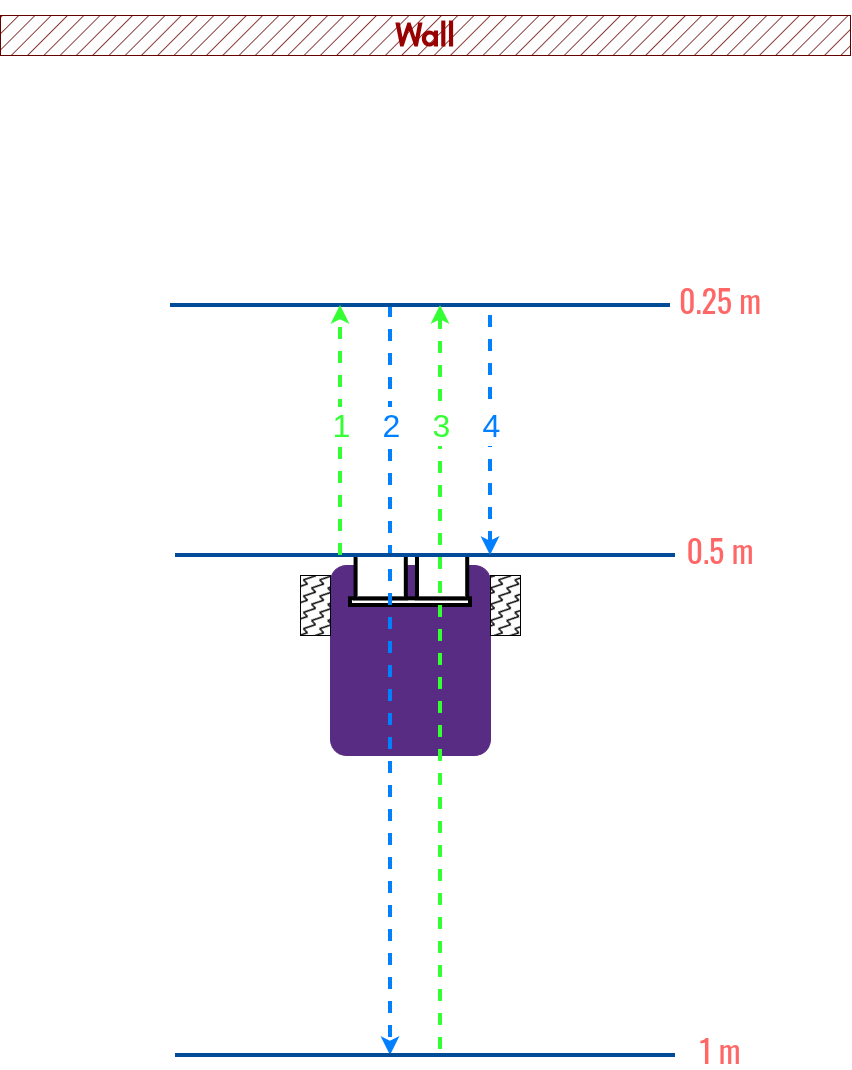
linzhangUCA/3421tpl-sense_distance keeps this draw.io diagram as assets/images/wall_sensing.png. Above is the earlier version. Source tidied: cells renumbered, new cells last; positions are measured from the earlier drawing's top-left corner, leaving out a move shared by most shapes. The source it was exported from:
```xml
<mxGraphModel>
  <root>
    <mxCell id="0" />
    <mxCell id="1" parent="0" />
    <mxCell id="2" style="group;" parent="1" vertex="1">
      <mxGeometry x="300" y="540" width="220" height="200" as="geometry" />
    </mxCell>
    <mxCell id="3" style="rounded=1;whiteSpace=wrap;html=1;roundedPerimeter=1;strokeColor=#582C83;fillColor=#582C83;arcSize=10;" parent="2" vertex="1">
      <mxGeometry x="30" y="10" width="160" height="190" as="geometry" />
    </mxCell>
    <mxCell id="4" style="rounded=0;whiteSpace=wrap;html=1;gradientColor=none;fillStyle=zigzag-line;fillColor=#000000;" parent="2" vertex="1">
      <mxGeometry x="190" y="20" width="30" height="60" as="geometry" />
    </mxCell>
    <mxCell id="5" style="rounded=0;whiteSpace=wrap;html=1;gradientColor=none;fillStyle=zigzag-line;fillColor=#000000;" parent="2" vertex="1">
      <mxGeometry y="20" width="30" height="60" as="geometry" />
    </mxCell>
    <mxCell id="6" style="group;" parent="2" vertex="1">
      <mxGeometry x="50" width="120" height="50" as="geometry" />
    </mxCell>
    <mxCell id="7" style="rounded=0;whiteSpace=wrap;html=1;strokeWidth=4;" parent="6" vertex="1">
      <mxGeometry y="43.3" width="120" height="6.7" as="geometry" />
    </mxCell>
    <mxCell id="8" style="rounded=0;whiteSpace=wrap;html=1;strokeWidth=4;" parent="6" vertex="1">
      <mxGeometry x="5.6" width="50.2" height="43.3" as="geometry" />
    </mxCell>
    <mxCell id="9" style="rounded=0;whiteSpace=wrap;html=1;strokeWidth=4;" parent="6" vertex="1">
      <mxGeometry x="67" width="50.2" height="43.3" as="geometry" />
    </mxCell>
    <mxCell id="10" style="endArrow=classic;html=1;rounded=0;strokeWidth=4;strokeColor=#007FFF;dashed=1;" parent="1" edge="1">
      <mxGeometry relative="1" as="geometry">
        <mxPoint x="390" y="290" as="sourcePoint" />
        <mxPoint x="390" y="1040" as="targetPoint" />
      </mxGeometry>
    </mxCell>
    <mxCell id="11" value="&lt;font style=&quot;font-size: 32px;&quot;&gt;2&lt;/font&gt;" style="edgeLabel;html=1;align=center;verticalAlign=middle;strokeColor=#007FFF;fontColor=#007FFF;" parent="10" vertex="1">
      <mxGeometry x="0.1" relative="1" as="geometry">
        <mxPoint y="-291" as="offset" />
      </mxGeometry>
    </mxCell>
    <mxCell id="12" value="&lt;h1&gt;&lt;font color=&quot;#990000&quot; face=&quot;Teachers&quot; style=&quot;font-size: 32px;&quot;&gt;Wall&lt;/font&gt;&lt;/h1&gt;" style="rounded=0;whiteSpace=wrap;html=1;fillColor=#660000;fillStyle=hatch;strokeColor=#660000;" parent="1" vertex="1">
      <mxGeometry width="850" height="40" as="geometry" />
    </mxCell>
    <mxCell id="13" style="endArrow=none;html=1;rounded=0;strokeWidth=4;strokeColor=#004C99;" parent="1" edge="1">
      <mxGeometry relative="1" as="geometry">
        <mxPoint x="175" y="540" as="sourcePoint" />
        <mxPoint x="675" y="540" as="targetPoint" />
      </mxGeometry>
    </mxCell>
    <mxCell id="14" value="&lt;font style=&quot;font-size: 32px;&quot;&gt;0.5 m&lt;/font&gt;" style="text;html=1;align=center;verticalAlign=middle;whiteSpace=wrap;rounded=0;fontSize=32;fontFamily=Oswald;fontSource=https%3A%2F%2Ffonts.googleapis.com%2Fcss%3Ffamily%3DOswald;fontColor=#FF6666;" parent="1" vertex="1">
      <mxGeometry x="670" y="520" width="100" height="30" as="geometry" />
    </mxCell>
    <mxCell id="15" style="endArrow=none;html=1;rounded=0;strokeWidth=4;strokeColor=#004C99;" parent="1" edge="1">
      <mxGeometry relative="1" as="geometry">
        <mxPoint x="175" y="1040" as="sourcePoint" />
        <mxPoint x="675" y="1040" as="targetPoint" />
      </mxGeometry>
    </mxCell>
    <mxCell id="16" value="&lt;font style=&quot;font-size: 32px;&quot;&gt;1 m&lt;/font&gt;" style="text;html=1;align=center;verticalAlign=middle;whiteSpace=wrap;rounded=0;fontSize=32;fontFamily=Oswald;fontSource=https%3A%2F%2Ffonts.googleapis.com%2Fcss%3Ffamily%3DOswald;fontColor=#FF6666;" parent="1" vertex="1">
      <mxGeometry x="670" y="1020" width="100" height="30" as="geometry" />
    </mxCell>
    <mxCell id="17" style="endArrow=none;html=1;rounded=0;strokeWidth=4;strokeColor=#004C99;" parent="1" edge="1">
      <mxGeometry relative="1" as="geometry">
        <mxPoint x="170" y="290" as="sourcePoint" />
        <mxPoint x="670" y="290" as="targetPoint" />
      </mxGeometry>
    </mxCell>
    <mxCell id="18" value="&lt;font style=&quot;font-size: 32px;&quot;&gt;0.25 m&lt;/font&gt;" style="text;html=1;align=center;verticalAlign=middle;whiteSpace=wrap;rounded=0;fontSize=32;fontFamily=Oswald;fontSource=https%3A%2F%2Ffonts.googleapis.com%2Fcss%3Ffamily%3DOswald;fontColor=#FF6666;" parent="1" vertex="1">
      <mxGeometry x="670" y="270" width="100" height="30" as="geometry" />
    </mxCell>
    <mxCell id="19" style="endArrow=classic;html=1;rounded=0;strokeWidth=4;strokeColor=#33FF33;dashed=1;" parent="1" edge="1">
      <mxGeometry relative="1" as="geometry">
        <mxPoint x="340" y="540" as="sourcePoint" />
        <mxPoint x="340" y="290" as="targetPoint" />
      </mxGeometry>
    </mxCell>
    <mxCell id="20" value="&lt;font style=&quot;font-size: 32px;&quot;&gt;1&lt;/font&gt;" style="edgeLabel;html=1;align=center;verticalAlign=middle;fontColor=#33FF33;" parent="19" vertex="1">
      <mxGeometry x="0.1" relative="1" as="geometry">
        <mxPoint y="7" as="offset" />
      </mxGeometry>
    </mxCell>
    <mxCell id="21" style="endArrow=none;html=1;rounded=0;strokeWidth=4;strokeColor=#007FFF;dashed=1;endFill=0;startArrow=classic;startFill=1;" parent="1" edge="1">
      <mxGeometry relative="1" as="geometry">
        <mxPoint x="490" y="540" as="sourcePoint" />
        <mxPoint x="490" y="290" as="targetPoint" />
      </mxGeometry>
    </mxCell>
    <mxCell id="22" value="&lt;font style=&quot;font-size: 32px;&quot;&gt;4&lt;/font&gt;" style="edgeLabel;html=1;align=center;verticalAlign=middle;fontColor=#007FFF;" parent="21" vertex="1">
      <mxGeometry x="0.1" relative="1" as="geometry">
        <mxPoint y="7" as="offset" />
      </mxGeometry>
    </mxCell>
    <mxCell id="23" style="endArrow=none;html=1;rounded=0;strokeWidth=4;strokeColor=#33FF33;dashed=1;startArrow=classic;startFill=1;endFill=0;" parent="1" edge="1">
      <mxGeometry relative="1" as="geometry">
        <mxPoint x="440" y="290" as="sourcePoint" />
        <mxPoint x="440" y="1040" as="targetPoint" />
      </mxGeometry>
    </mxCell>
    <mxCell id="24" value="&lt;font style=&quot;font-size: 32px;&quot;&gt;3&lt;/font&gt;" style="edgeLabel;html=1;align=center;verticalAlign=middle;fontColor=#33FF33;" parent="23" vertex="1">
      <mxGeometry x="0.1" relative="1" as="geometry">
        <mxPoint y="-291" as="offset" />
      </mxGeometry>
    </mxCell>
  </root>
</mxGraphModel>
```
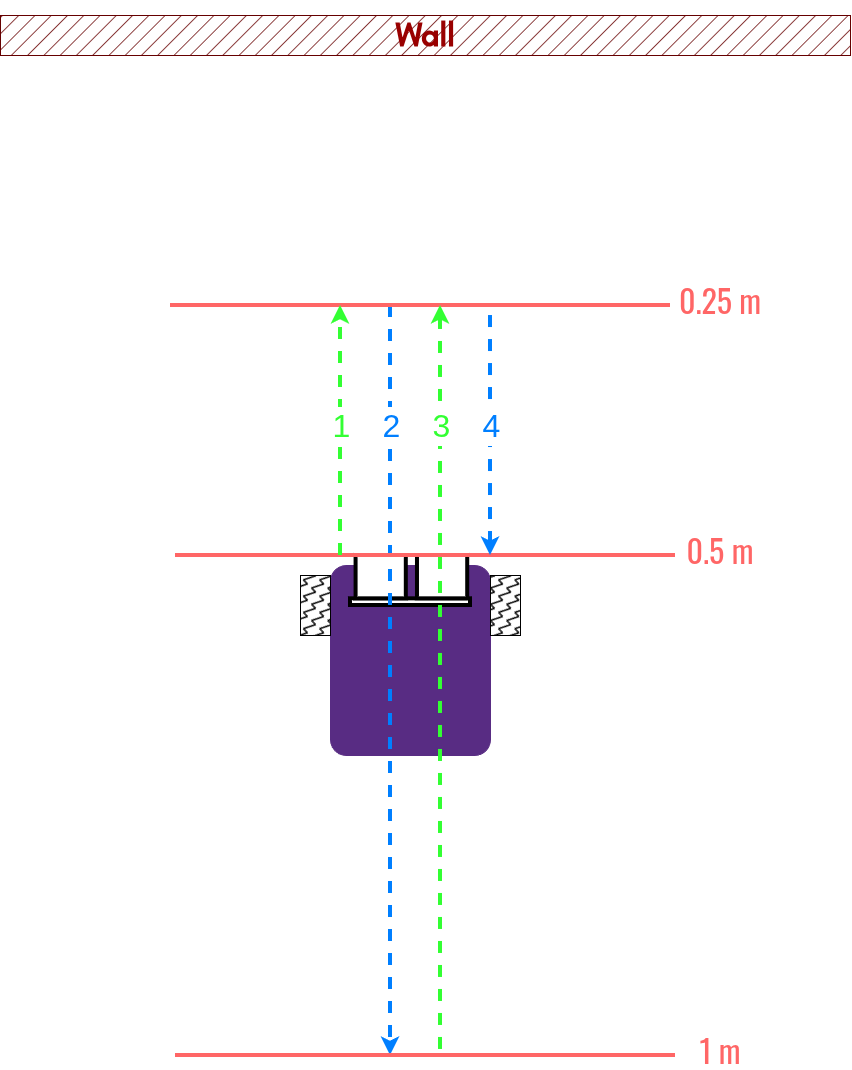
After the change.

Diff of the diagram source:
```diff
@@ -40,7 +40,7 @@
     <mxCell id="12" value="&lt;h1&gt;&lt;font color=&quot;#990000&quot; face=&quot;Teachers&quot; style=&quot;font-size: 32px;&quot;&gt;Wall&lt;/font&gt;&lt;/h1&gt;" style="rounded=0;whiteSpace=wrap;html=1;fillColor=#660000;fillStyle=hatch;strokeColor=#660000;" parent="1" vertex="1">
       <mxGeometry width="850" height="40" as="geometry" />
     </mxCell>
-    <mxCell id="13" style="endArrow=none;html=1;rounded=0;strokeWidth=4;strokeColor=#004C99;" parent="1" edge="1">
+    <mxCell id="13" style="endArrow=none;html=1;rounded=0;strokeWidth=4;strokeColor=#FF6666;" parent="1" edge="1">
       <mxGeometry relative="1" as="geometry">
         <mxPoint x="175" y="540" as="sourcePoint" />
         <mxPoint x="675" y="540" as="targetPoint" />
@@ -49,7 +49,7 @@
     <mxCell id="14" value="&lt;font style=&quot;font-size: 32px;&quot;&gt;0.5 m&lt;/font&gt;" style="text;html=1;align=center;verticalAlign=middle;whiteSpace=wrap;rounded=0;fontSize=32;fontFamily=Oswald;fontSource=https%3A%2F%2Ffonts.googleapis.com%2Fcss%3Ffamily%3DOswald;fontColor=#FF6666;" parent="1" vertex="1">
       <mxGeometry x="670" y="520" width="100" height="30" as="geometry" />
     </mxCell>
-    <mxCell id="15" style="endArrow=none;html=1;rounded=0;strokeWidth=4;strokeColor=#004C99;" parent="1" edge="1">
+    <mxCell id="15" style="endArrow=none;html=1;rounded=0;strokeWidth=4;strokeColor=#FF6666;" parent="1" edge="1">
       <mxGeometry relative="1" as="geometry">
         <mxPoint x="175" y="1040" as="sourcePoint" />
         <mxPoint x="675" y="1040" as="targetPoint" />
@@ -58,7 +58,7 @@
     <mxCell id="16" value="&lt;font style=&quot;font-size: 32px;&quot;&gt;1 m&lt;/font&gt;" style="text;html=1;align=center;verticalAlign=middle;whiteSpace=wrap;rounded=0;fontSize=32;fontFamily=Oswald;fontSource=https%3A%2F%2Ffonts.googleapis.com%2Fcss%3Ffamily%3DOswald;fontColor=#FF6666;" parent="1" vertex="1">
       <mxGeometry x="670" y="1020" width="100" height="30" as="geometry" />
     </mxCell>
-    <mxCell id="17" style="endArrow=none;html=1;rounded=0;strokeWidth=4;strokeColor=#004C99;" parent="1" edge="1">
+    <mxCell id="17" style="endArrow=none;html=1;rounded=0;strokeWidth=4;strokeColor=#FF6666;" parent="1" edge="1">
       <mxGeometry relative="1" as="geometry">
         <mxPoint x="170" y="290" as="sourcePoint" />
         <mxPoint x="670" y="290" as="targetPoint" />
```
